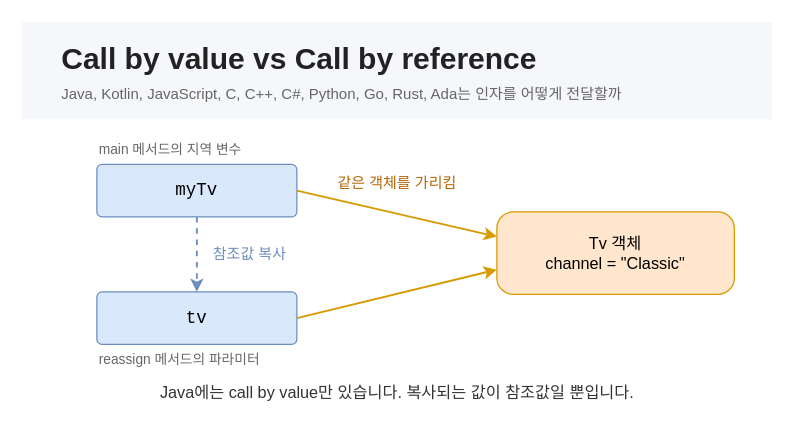
Earlier version of the draw.io diagram src/content/img/call-by-value/og-call-by-value.drawio (benelog/blog). Source tidied: cells renumbered, new cells numbered last; positions are measured from the earlier drawing's top-left corner, leaving out a move shared by most shapes. Both pictures are drawn from the tidied source at 125%, with x=0, y=0 at pixel (21, 21).
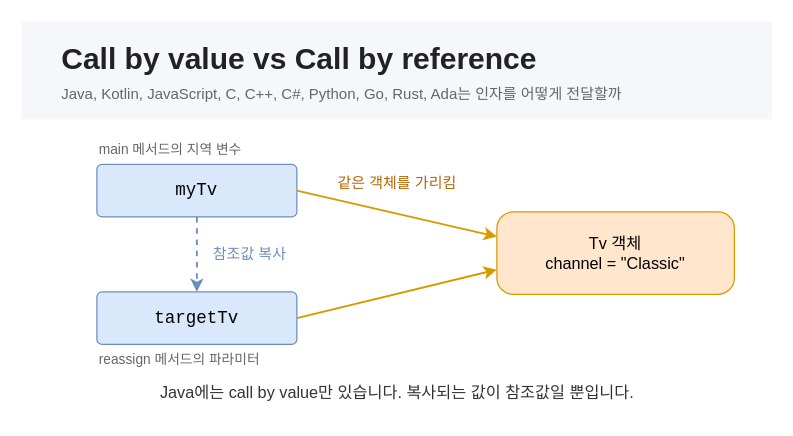
The same page after the edit.

Commit message (it also covers changes not shown here):
call-by-value 글의 reassign 파라미터 이름 변경

The edit, as a diff of the source:
```diff
@@
 <mxGraphModel background="#ffffff">
   <root>
     <mxCell id="0" />
     <mxCell id="1" parent="0" />
     <mxCell id="2" style="rounded=0;whiteSpace=wrap;html=1;fillColor=#ffffff;strokeColor=none;" parent="1" vertex="1">
       <mxGeometry width="600" height="315" as="geometry" />
     </mxCell>
     <mxCell id="3" style="rounded=0;whiteSpace=wrap;html=1;fillColor=#f5f7fa;strokeColor=none;" parent="1" vertex="1">
       <mxGeometry width="600" height="78" as="geometry" />
     </mxCell>
     <mxCell id="4" value="Call by value vs Call by reference" style="text;html=1;fontSize=24;fontStyle=1;align=left;verticalAlign=middle;fontColor=#222222;" parent="1" vertex="1">
       <mxGeometry x="30" y="12" width="540" height="36" as="geometry" />
     </mxCell>
     <mxCell id="5" value="Java, Kotlin, JavaScript, C, C++, C#, Python, Go, Rust, Ada는 인자를 어떻게 전달할까" style="text;html=1;fontSize=12;align=left;verticalAlign=middle;fontColor=#666666;" parent="1" vertex="1">
       <mxGeometry x="30" y="46" width="540" height="24" as="geometry" />
     </mxCell>
     <mxCell id="6" value="main 메서드의 지역 변수" style="text;html=1;fontSize=11;fontColor=#666666;align=left;verticalAlign=middle;" parent="1" vertex="1">
       <mxGeometry x="60" y="92" width="200" height="20" as="geometry" />
     </mxCell>
     <mxCell id="7" value="myTv" style="rounded=1;arcSize=10;whiteSpace=wrap;html=1;fontSize=14;fontFamily=Courier New;fillColor=#dae8fc;strokeColor=#6c8ebf;" parent="1" vertex="1">
       <mxGeometry x="60" y="114" width="160" height="42" as="geometry" />
     </mxCell>
-    <mxCell id="8" value="tv" style="rounded=1;arcSize=10;whiteSpace=wrap;html=1;fontSize=14;fontFamily=Courier New;fillColor=#dae8fc;strokeColor=#6c8ebf;" parent="1" vertex="1">
+    <mxCell id="8" value="targetTv" style="rounded=1;arcSize=10;whiteSpace=wrap;html=1;fontSize=14;fontFamily=Courier New;fillColor=#dae8fc;strokeColor=#6c8ebf;" parent="1" vertex="1">
       <mxGeometry x="60" y="216" width="160" height="42" as="geometry" />
     </mxCell>
     <mxCell id="9" value="reassign 메서드의 파라미터" style="text;html=1;fontSize=11;fontColor=#666666;align=left;verticalAlign=middle;" parent="1" vertex="1">
       <mxGeometry x="60" y="260" width="200" height="20" as="geometry" />
     </mxCell>
     <mxCell id="10" value="Tv 객체&lt;br&gt;channel = &quot;Classic&quot;" style="rounded=1;arcSize=20;whiteSpace=wrap;html=1;fontSize=13;fillColor=#ffe6cc;strokeColor=#d79b00;" parent="1" vertex="1">
       <mxGeometry x="380" y="152" width="190" height="66" as="geometry" />
     </mxCell>
     <mxCell id="11" value="참조값 복사" style="html=1;fontSize=12;strokeColor=#6c8ebf;fontColor=#6c8ebf;strokeWidth=1.5;dashed=1;labelBackgroundColor=#ffffff;exitX=0.5;exitY=1;entryX=0.5;entryY=0;" parent="1" edge="1" source="7" target="8">
       <mxGeometry relative="1" as="geometry">
         <mxPoint x="42" as="offset" />
       </mxGeometry>
     </mxCell>
     <mxCell id="12" value="같은 객체를 가리킴" style="html=1;fontSize=12;strokeColor=#d79b00;fontColor=#b46504;strokeWidth=1.5;labelBackgroundColor=#ffffff;endArrow=classic;exitX=1;exitY=0.5;entryX=0;entryY=0.3;" parent="1" edge="1" source="7" target="10">
       <mxGeometry relative="1" as="geometry">
         <mxPoint y="-24" as="offset" />
       </mxGeometry>
     </mxCell>
     <mxCell id="13" style="html=1;fontSize=12;strokeColor=#d79b00;fontColor=#b46504;strokeWidth=1.5;endArrow=classic;exitX=1;exitY=0.5;entryX=0;entryY=0.7;" parent="1" edge="1" source="8" target="10">
       <mxGeometry relative="1" as="geometry" />
     </mxCell>
     <mxCell id="14" value="Java에는 call by value만 있습니다. 복사되는 값이 참조값일 뿐입니다." style="text;html=1;fontSize=13;align=center;verticalAlign=middle;fontColor=#333333;" parent="1" vertex="1">
       <mxGeometry x="30" y="284" width="540" height="24" as="geometry" />
     </mxCell>
   </root>
 </mxGraphModel>
```
